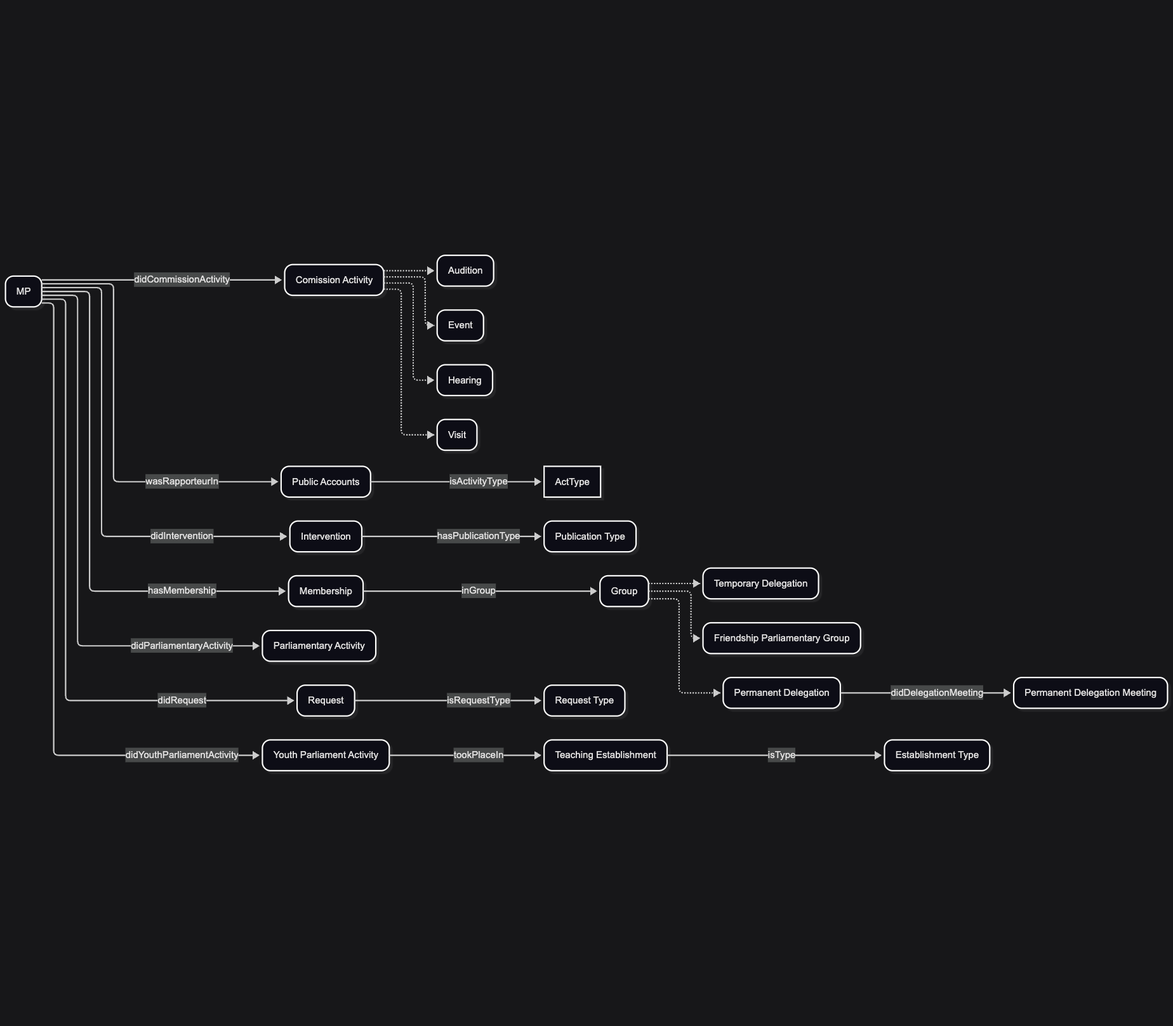
The Mermaid diagram OpenDataGOV-AP/DataModel/mp-activity/mp-activity.png in politrackpt/ontologies, before a commit. Its source is kept beside it as OpenDataGOV-AP/DataModel/mp-activity/mp-activity.mermaid.
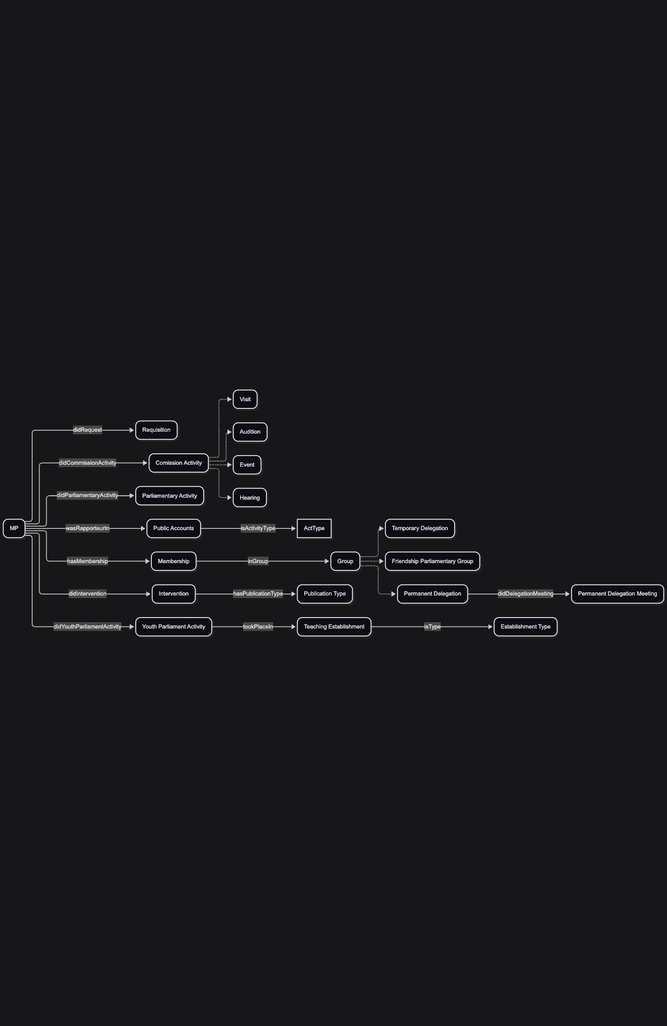
Above is the later version.

Change to the diagram source:
```diff
@@ -4,8 +4,7 @@
 ---
 flowchart LR
     MP("MP")
-    Req("Request")
-    reqtype("Request Type")
+    Req("Requisition")
     Interv("Intervention")
     PubType("Publication Type")
     PAct("Parliamentary Activity")
@@ -31,7 +30,6 @@
     ComA -.-> Event
     ComA -.-> Visit
     MP -- didRequest --> Req
-    Req -- isRequestType --> reqtype
     MP -- didIntervention --> Interv
     Interv -- hasPublicationType  --> PubType
     MP -- didParliamentaryActivity --> PAct
```
